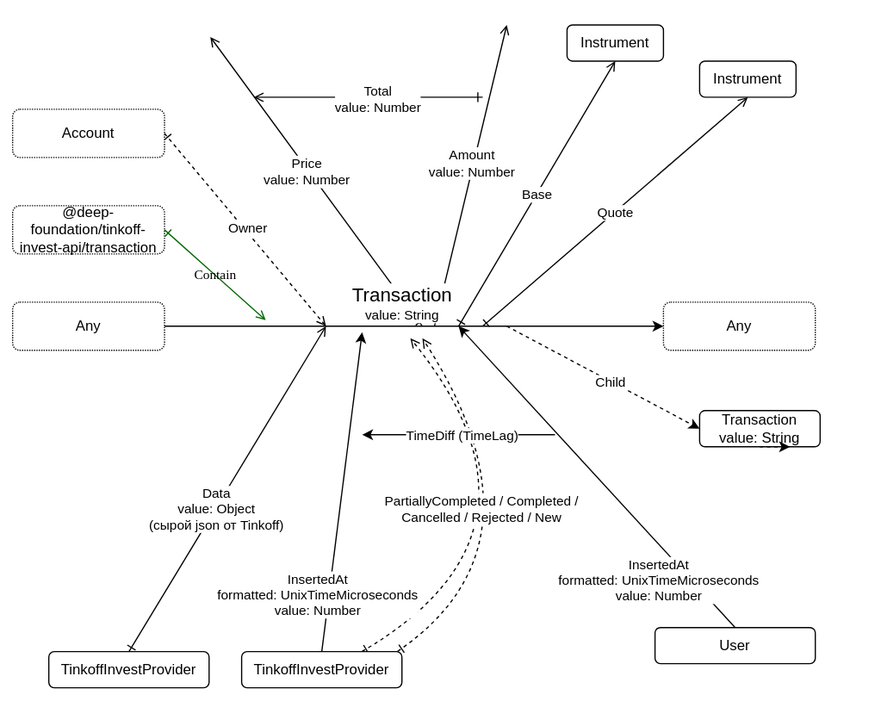
suenot/deep-tinkoff-invest-api keeps this draw.io diagram as src/transaction/Transaction.drawio.svg. Above is the earlier version. Source tidied: cells renumbered, new cells last; positions are measured from the earlier drawing's top-left corner, leaving out a move shared by most shapes.
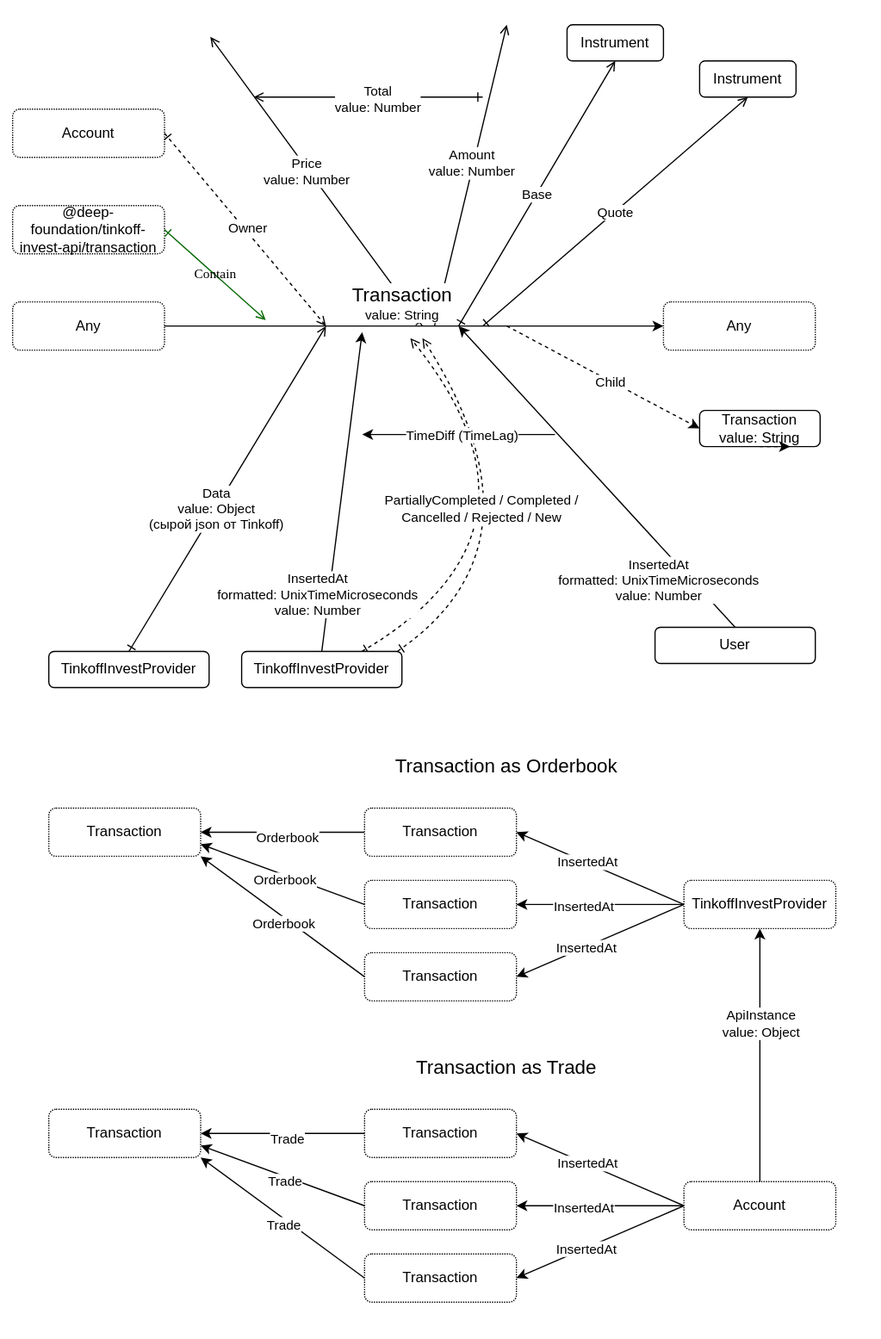
After the change.

Change to the diagram source:
```diff
@@ -3,7 +3,7 @@
     <mxCell id="0" />
     <mxCell id="1" parent="0" />
     <mxCell id="2" style="rounded=0;whiteSpace=wrap;html=1;strokeColor=none;" parent="1" vertex="1">
-      <mxGeometry width="730" height="600" as="geometry" />
+      <mxGeometry width="730" height="1110" as="geometry" />
     </mxCell>
     <mxCell id="3" style="edgeStyle=none;html=1;startArrow=ERone;startFill=0;endArrow=open;endFill=0;" parent="1" edge="1">
       <mxGeometry relative="1" as="geometry">
@@ -163,5 +163,149 @@
     <mxCell id="39" style="edgeStyle=none;curved=1;html=1;exitX=0.5;exitY=1;exitDx=0;exitDy=0;entryX=0.75;entryY=1;entryDx=0;entryDy=0;dashed=1;fontSize=11;strokeColor=#000000;" parent="1" edge="1" source="38" target="38">
       <mxGeometry relative="1" as="geometry" />
     </mxCell>
+    <mxCell id="40" style="edgeStyle=none;html=1;strokeColor=#000000;entryX=1;entryY=0.5;entryDx=0;entryDy=0;exitX=0;exitY=0.5;exitDx=0;exitDy=0;" parent="1" edge="1" source="44" target="43">
+      <mxGeometry relative="1" as="geometry" />
+    </mxCell>
+    <mxCell id="41" value="&lt;font&gt;&lt;br&gt;&lt;/font&gt;" style="edgeLabel;html=1;align=center;verticalAlign=middle;fontSize=11;" parent="40" vertex="1">
+      <mxGeometry x="-0.11" relative="1" as="geometry">
+        <mxPoint x="13" y="-20" as="offset" />
+      </mxGeometry>
+    </mxCell>
+    <mxCell id="42" value="Orderbook" style="edgeLabel;html=1;align=center;verticalAlign=middle;fontSize=11;" parent="40" vertex="1">
+      <mxGeometry x="-0.04" y="4" relative="1" as="geometry" />
+    </mxCell>
+    <mxCell id="43" value="Transaction" style="rounded=1;whiteSpace=wrap;html=1;labelBackgroundColor=none;dashed=1;dashPattern=1 1;" parent="1" vertex="1">
+      <mxGeometry x="40" y="670" width="126" height="40" as="geometry" />
+    </mxCell>
+    <mxCell id="44" value="Transaction" style="rounded=1;whiteSpace=wrap;html=1;labelBackgroundColor=none;dashed=1;dashPattern=1 1;" parent="1" vertex="1">
+      <mxGeometry x="302" y="670" width="126" height="40" as="geometry" />
+    </mxCell>
+    <mxCell id="45" value="Transaction" style="rounded=1;whiteSpace=wrap;html=1;labelBackgroundColor=none;dashed=1;dashPattern=1 1;" parent="1" vertex="1">
+      <mxGeometry x="302" y="730" width="126" height="40" as="geometry" />
+    </mxCell>
+    <mxCell id="46" value="Transaction" style="rounded=1;whiteSpace=wrap;html=1;labelBackgroundColor=none;dashed=1;dashPattern=1 1;" parent="1" vertex="1">
+      <mxGeometry x="302" y="790" width="126" height="40" as="geometry" />
+    </mxCell>
+    <mxCell id="47" style="edgeStyle=none;html=1;strokeColor=#000000;entryX=1;entryY=0.75;entryDx=0;entryDy=0;exitX=0;exitY=0.5;exitDx=0;exitDy=0;" parent="1" edge="1" source="45" target="43">
+      <mxGeometry relative="1" as="geometry" />
+    </mxCell>
+    <mxCell id="48" value="&lt;font&gt;&lt;br&gt;&lt;/font&gt;" style="edgeLabel;html=1;align=center;verticalAlign=middle;fontSize=11;" parent="47" vertex="1">
+      <mxGeometry x="-0.11" relative="1" as="geometry">
+        <mxPoint x="13" y="-20" as="offset" />
+      </mxGeometry>
+    </mxCell>
+    <mxCell id="49" value="Orderbook" style="edgeLabel;html=1;align=center;verticalAlign=middle;fontSize=11;" parent="47" vertex="1">
+      <mxGeometry x="-0.04" y="4" relative="1" as="geometry" />
+    </mxCell>
+    <mxCell id="50" style="edgeStyle=none;html=1;strokeColor=#000000;entryX=1;entryY=1;entryDx=0;entryDy=0;exitX=0;exitY=0.5;exitDx=0;exitDy=0;" parent="1" edge="1" source="46" target="43">
+      <mxGeometry relative="1" as="geometry" />
+    </mxCell>
+    <mxCell id="51" value="&lt;font&gt;&lt;br&gt;&lt;/font&gt;" style="edgeLabel;html=1;align=center;verticalAlign=middle;fontSize=11;" parent="50" vertex="1">
+      <mxGeometry x="-0.11" relative="1" as="geometry">
+        <mxPoint x="13" y="-20" as="offset" />
+      </mxGeometry>
+    </mxCell>
+    <mxCell id="52" value="Orderbook" style="edgeLabel;html=1;align=center;verticalAlign=middle;fontSize=11;" parent="50" vertex="1">
+      <mxGeometry x="-0.04" y="4" relative="1" as="geometry" />
+    </mxCell>
+    <mxCell id="53" style="edgeStyle=none;html=1;strokeColor=#000000;entryX=1;entryY=0.5;entryDx=0;entryDy=0;exitX=0;exitY=0.5;exitDx=0;exitDy=0;" parent="1" edge="1" source="57" target="56">
+      <mxGeometry relative="1" as="geometry" />
+    </mxCell>
+    <mxCell id="54" value="&lt;font&gt;&lt;br&gt;&lt;/font&gt;" style="edgeLabel;html=1;align=center;verticalAlign=middle;fontSize=11;" parent="53" vertex="1">
+      <mxGeometry x="-0.11" relative="1" as="geometry">
+        <mxPoint x="13" y="-20" as="offset" />
+      </mxGeometry>
+    </mxCell>
+    <mxCell id="55" value="Trade" style="edgeLabel;html=1;align=center;verticalAlign=middle;fontSize=11;" parent="53" vertex="1">
+      <mxGeometry x="-0.04" y="4" relative="1" as="geometry" />
+    </mxCell>
+    <mxCell id="56" value="Transaction" style="rounded=1;whiteSpace=wrap;html=1;labelBackgroundColor=none;dashed=1;dashPattern=1 1;" parent="1" vertex="1">
+      <mxGeometry x="40" y="920" width="126" height="40" as="geometry" />
+    </mxCell>
+    <mxCell id="57" value="Transaction" style="rounded=1;whiteSpace=wrap;html=1;labelBackgroundColor=none;dashed=1;dashPattern=1 1;" parent="1" vertex="1">
+      <mxGeometry x="302" y="920" width="126" height="40" as="geometry" />
+    </mxCell>
+    <mxCell id="58" value="Transaction" style="rounded=1;whiteSpace=wrap;html=1;labelBackgroundColor=none;dashed=1;dashPattern=1 1;" parent="1" vertex="1">
+      <mxGeometry x="302" y="980" width="126" height="40" as="geometry" />
+    </mxCell>
+    <mxCell id="59" value="Transaction" style="rounded=1;whiteSpace=wrap;html=1;labelBackgroundColor=none;dashed=1;dashPattern=1 1;" parent="1" vertex="1">
+      <mxGeometry x="302" y="1040" width="126" height="40" as="geometry" />
+    </mxCell>
+    <mxCell id="60" style="edgeStyle=none;html=1;strokeColor=#000000;entryX=1;entryY=0.75;entryDx=0;entryDy=0;exitX=0;exitY=0.5;exitDx=0;exitDy=0;" parent="1" edge="1" source="58" target="56">
+      <mxGeometry relative="1" as="geometry" />
+    </mxCell>
+    <mxCell id="61" value="&lt;font&gt;&lt;br&gt;&lt;/font&gt;" style="edgeLabel;html=1;align=center;verticalAlign=middle;fontSize=11;" parent="60" vertex="1">
+      <mxGeometry x="-0.11" relative="1" as="geometry">
+        <mxPoint x="13" y="-20" as="offset" />
+      </mxGeometry>
+    </mxCell>
+    <mxCell id="62" value="Trade" style="edgeLabel;html=1;align=center;verticalAlign=middle;fontSize=11;" parent="60" vertex="1">
+      <mxGeometry x="-0.04" y="4" relative="1" as="geometry" />
+    </mxCell>
+    <mxCell id="63" style="edgeStyle=none;html=1;strokeColor=#000000;entryX=1;entryY=1;entryDx=0;entryDy=0;exitX=0;exitY=0.5;exitDx=0;exitDy=0;" parent="1" edge="1" source="59" target="56">
+      <mxGeometry relative="1" as="geometry" />
+    </mxCell>
+    <mxCell id="64" value="&lt;font&gt;&lt;br&gt;&lt;/font&gt;" style="edgeLabel;html=1;align=center;verticalAlign=middle;fontSize=11;" parent="63" vertex="1">
+      <mxGeometry x="-0.11" relative="1" as="geometry">
+        <mxPoint x="13" y="-20" as="offset" />
+      </mxGeometry>
+    </mxCell>
+    <mxCell id="65" value="Trade" style="edgeLabel;html=1;align=center;verticalAlign=middle;fontSize=11;" parent="63" vertex="1">
+      <mxGeometry x="-0.04" y="4" relative="1" as="geometry" />
+    </mxCell>
+    <mxCell id="66" style="edgeStyle=none;curved=1;html=1;exitX=0;exitY=0.5;exitDx=0;exitDy=0;entryX=1;entryY=0.5;entryDx=0;entryDy=0;fontSize=11;strokeColor=#000000;" parent="1" edge="1" source="74" target="59">
+      <mxGeometry relative="1" as="geometry" />
+    </mxCell>
+    <mxCell id="67" value="InsertedAt" style="edgeLabel;html=1;align=center;verticalAlign=middle;fontSize=11;" parent="66" vertex="1">
+      <mxGeometry x="0.17" relative="1" as="geometry" />
+    </mxCell>
+    <mxCell id="68" style="edgeStyle=none;curved=1;html=1;exitX=0;exitY=0.5;exitDx=0;exitDy=0;entryX=1;entryY=0.5;entryDx=0;entryDy=0;fontSize=11;strokeColor=#000000;" parent="1" edge="1" source="74" target="58">
+      <mxGeometry relative="1" as="geometry" />
+    </mxCell>
+    <mxCell id="69" value="InsertedAt" style="edgeLabel;html=1;align=center;verticalAlign=middle;fontSize=11;" parent="68" vertex="1">
+      <mxGeometry x="0.21" y="1" relative="1" as="geometry" />
+    </mxCell>
+    <mxCell id="70" style="edgeStyle=none;curved=1;html=1;exitX=0;exitY=0.5;exitDx=0;exitDy=0;fontSize=11;strokeColor=#000000;entryX=1;entryY=0.5;entryDx=0;entryDy=0;" parent="1" edge="1" source="74" target="57">
+      <mxGeometry relative="1" as="geometry" />
+    </mxCell>
+    <mxCell id="71" value="InsertedAt" style="edgeLabel;html=1;align=center;verticalAlign=middle;fontSize=11;" parent="70" vertex="1">
+      <mxGeometry x="0.17" y="-1" relative="1" as="geometry" />
+    </mxCell>
+    <mxCell id="72" style="edgeStyle=none;curved=1;html=1;exitX=0.5;exitY=0;exitDx=0;exitDy=0;entryX=0.5;entryY=1;entryDx=0;entryDy=0;fontSize=11;strokeColor=#000000;" parent="1" edge="1" source="74" target="81">
+      <mxGeometry relative="1" as="geometry" />
+    </mxCell>
+    <mxCell id="73" value="ApiInstance&lt;br&gt;value: Object" style="edgeLabel;html=1;align=center;verticalAlign=middle;fontSize=11;" parent="72" vertex="1">
+      <mxGeometry x="0.25" relative="1" as="geometry" />
+    </mxCell>
+    <mxCell id="74" value="Account" style="rounded=1;whiteSpace=wrap;html=1;labelBackgroundColor=none;dashed=1;dashPattern=1 1;" parent="1" vertex="1">
+      <mxGeometry x="567" y="980" width="126" height="40" as="geometry" />
+    </mxCell>
+    <mxCell id="75" style="edgeStyle=none;curved=1;html=1;exitX=0;exitY=0.5;exitDx=0;exitDy=0;entryX=1;entryY=0.5;entryDx=0;entryDy=0;fontSize=11;strokeColor=#000000;" parent="1" edge="1" source="81" target="46">
+      <mxGeometry relative="1" as="geometry" />
+    </mxCell>
+    <mxCell id="76" value="InsertedAt" style="edgeLabel;html=1;align=center;verticalAlign=middle;fontSize=11;" parent="75" vertex="1">
+      <mxGeometry x="0.17" relative="1" as="geometry" />
+    </mxCell>
+    <mxCell id="77" style="edgeStyle=none;curved=1;html=1;exitX=0;exitY=0.5;exitDx=0;exitDy=0;entryX=1;entryY=0.5;entryDx=0;entryDy=0;fontSize=11;strokeColor=#000000;" parent="1" edge="1" source="81" target="45">
+      <mxGeometry relative="1" as="geometry" />
+    </mxCell>
+    <mxCell id="78" value="InsertedAt" style="edgeLabel;html=1;align=center;verticalAlign=middle;fontSize=11;" parent="77" vertex="1">
+      <mxGeometry x="0.21" y="1" relative="1" as="geometry" />
+    </mxCell>
+    <mxCell id="79" style="edgeStyle=none;curved=1;html=1;exitX=0;exitY=0.5;exitDx=0;exitDy=0;fontSize=11;strokeColor=#000000;entryX=1;entryY=0.5;entryDx=0;entryDy=0;" parent="1" edge="1" source="81" target="44">
+      <mxGeometry relative="1" as="geometry" />
+    </mxCell>
+    <mxCell id="80" value="InsertedAt" style="edgeLabel;html=1;align=center;verticalAlign=middle;fontSize=11;" parent="79" vertex="1">
+      <mxGeometry x="0.17" y="-1" relative="1" as="geometry" />
+    </mxCell>
+    <mxCell id="81" value="TinkoffInvestProvider" style="rounded=1;whiteSpace=wrap;html=1;labelBackgroundColor=none;dashed=1;dashPattern=1 1;" parent="1" vertex="1">
+      <mxGeometry x="567" y="730" width="126" height="40" as="geometry" />
+    </mxCell>
+    <mxCell id="82" value="&lt;font style=&quot;font-size: 16px&quot;&gt;Transaction as Orderbook&lt;/font&gt;" style="text;html=1;strokeColor=none;fillColor=none;align=center;verticalAlign=middle;whiteSpace=wrap;rounded=0;fontSize=11;" parent="1" vertex="1">
+      <mxGeometry x="310" y="620" width="220" height="30" as="geometry" />
+    </mxCell>
+    <mxCell id="83" value="&lt;font style=&quot;font-size: 16px&quot;&gt;Transaction as Trade&lt;/font&gt;" style="text;html=1;strokeColor=none;fillColor=none;align=center;verticalAlign=middle;whiteSpace=wrap;rounded=0;fontSize=11;" parent="1" vertex="1">
+      <mxGeometry x="310" y="870" width="220" height="30" as="geometry" />
+    </mxCell>
   </root>
 </mxGraphModel>
```
